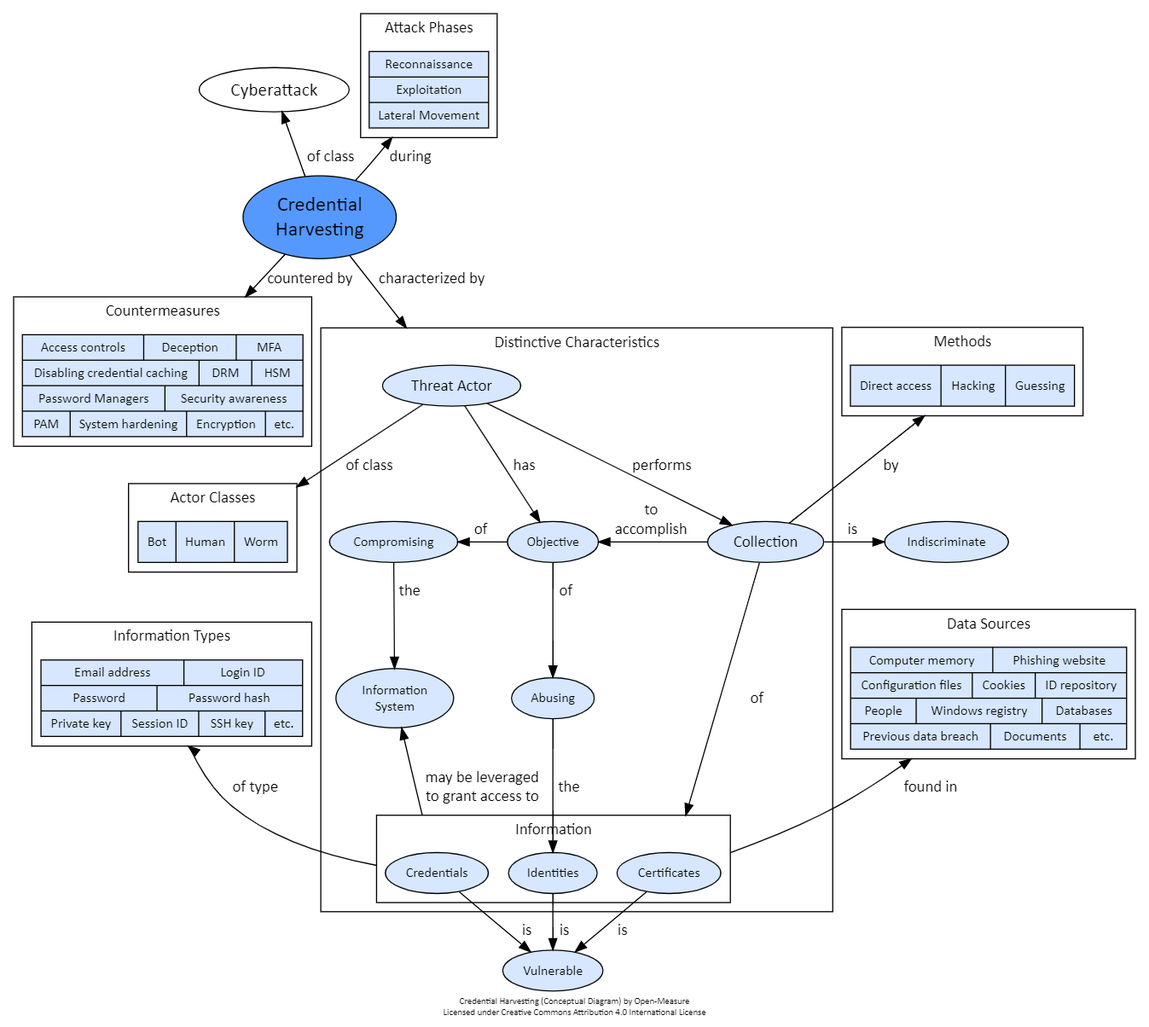
This is Dictionary/credential-harvesting.png from Open-Measure/Graphviz-Models, a Graphviz export, as it was before one commit. Its source is kept beside it as Dictionary/credential-harvesting.gv. The source it was exported from:
```dot
digraph G {
	rankdir="TB";
	ranksep=0.25;
	splines="curve";
	newrank=true;
	packmode="clust";
	compound=true; # If true, allow edges between clusters.
	fontname="Calibri";
	label="Credential Harvesting (Conceptual Diagram) by Open-Measure\nLicensed under Creative Commons Attribution 4.0 International License";
	fontsize=8;
	node[shape="ellipse", fontsize=12, fillcolor="#d6e7ff", style="filled", fontname="Calibri"];
	edge[fontname="Calibri", minlen="1"];

	# Parent Concept
	n_cyberattack_class [fontsize=16, label="Cyberattack", fillcolor="#ffffff"];
	n_cyberattack_class -> n_credential_harvesting [label="  of class  ", dir="back"];

	n_credential_harvesting -> n_countermeasures [lhead="cluster_countermeasures", label="countered by"]
	#n_countermeasures -> n_credential_harvesting [dir="back", ltail="cluster_countermeasures", label="countered by"]
	subgraph cluster_countermeasures {
		label="Countermeasures";
		fontsize="14";
		n_countermeasures [shape="record", label="{{Access controls|Deception|MFA}|{Disabling credential caching|DRM|HSM}|{Password Managers|Security awareness}|{PAM|System hardening|Encryption|etc.}}"];
	};
	subgraph cluster_attack_phases {
		label="Attack Phases";
		fontsize="14";
		n_attack_phases [shape="record", label="{Reconnaissance|Exploitation|Lateral Movement}"];
	};
	n_attack_phases -> n_credential_harvesting[dir="back", ltail="cluster_attack_phases", label="  during  "];



	# Concept
	n_credential_harvesting [label="Credential\nHarvesting", fontsize=18, fillcolor="#5599ff", URL="https://open-measure.atlassian.net/wiki/spaces/DIC/pages/1254719498"];

	# Distinctive Characteristics
	n_credential_harvesting -> n_threat_actor [label="  characterized by  ", lhead="cluster_characteristics"];
	subgraph cluster_characteristics {
		label="Distinctive Characteristics";
		fontsize="14";
		n_threat_actor [label="Threat Actor", fontsize=14];
		n_threat_actor -> n_collection [label="  performs  "];
		n_collection [label="Collection", fontsize=14];
		n_collection -> n_certificates [label="  of  ", lhead="cluster_information"];

		n_threat_actor -> n_objective [label="  has  "];
		n_objective [label="Objective"];
		n_objective -> n_compromise [label="  of  "];
		n_objective -> n_abuse [label="  of  "];
		n_compromise [label="Compromising"];
		n_compromise -> n_information_system [label="  the  "];
		n_abuse [label="Abusing"];
		n_abuse -> n_identities [label="  the  "];

		n_information_system -> n_credentials [lhead="cluster_information", label="  may be leveraged  \n  to grant access to  ", dir="back"];
		n_information_system [label="Information\nSystem"];

		subgraph cluster_information {
			label="Information";
			fontsize="14";
			n_identities [label="Identities"];
			n_credentials [label="Credentials"];
			n_certificates [label="Certificates"];
		};


	};

	n_vulnerable [label="Vulnerable"];
	n_identities -> n_vulnerable [label="  is  "];
	n_credentials -> n_vulnerable [label="  is  "];
	n_certificates -> n_vulnerable [label="  is  "];

	n_threat_actor -> n_actor_classes [lhead="cluster_threat_actor_class", label="  of class  "];
	#n_actor_classes -> n_threat_actor [dir="back", ltail="cluster_threat_actor_class", label="  of class  "];
	subgraph cluster_threat_actor_class {
		label="Actor Classes";
		fontsize="14";
		n_actor_classes [shape="record", label="Bot|Human|Worm"];
	};

	#n_identities -> n_information_types [ltail="cluster_information", lhead="cluster_information_types", label="  of type  "];
	n_information_types -> n_credentials [dir="back", lhead="cluster_information", ltail="cluster_information_types", label="of type          "];
	subgraph cluster_information_types {
		label="Information Types";
		fontsize="14";
		n_information_types [shape="record", label="{{Email address|Login ID}|{Password|Password hash}|{Private key|Session ID|SSH key|etc.}}"];
	};

	n_data_sources -> n_certificates [dir="back", lhead="cluster_information", ltail="cluster_data_sources", label="  found in  "]
	#n_certificates -> n_data_sources [ltail="cluster_information", lhead="cluster_data_sources", label="  found in  "]
	subgraph cluster_data_sources {
		label="Data Sources";
		fontsize="14";
		n_data_sources [shape="record", label="{{Computer memory|Phishing website}|{Configuration files|Cookies|ID repository}|{People|Windows registry|Databases}|{Previous data breach|Documents|etc.}}"];
	};

	n_methods -> n_collection [dir="back", label="    by  ", ltail="cluster_method"];
	subgraph cluster_method {
		label="Methods";
		fontsize="14";
		n_methods [shape="record", label="Direct access|Hacking|Guessing"];
	};

	n_collection -> n_indiscriminate [label="  is  "];
	n_indiscriminate [label="Indiscriminate"];

	n_objective -> n_collection [label="  to  \n  accomplish  ", dir="back"];

	# Invisible Links
	#n_compromise -> n_information_system [style=invis];
	n_methods -> n_indiscriminate [style=invis];
	#n_credentials -> n_identities -> n_certificates [style=invis];
	n_actor_classes -> n_information_types [style=invis];

	# Levels
	{ rank=same; n_credentials; n_identities; n_certificates; }
	{ rank=same; n_objective; n_compromise; n_collection; n_indiscriminate;}
	#{ rank=same; n_attack_phases; n_credential_harvesting; }

	# Snippets
	# n_person [label="Person"]
	# n_knowledge -> n_requirements [style=invis];
	# n_populations [label="{Minor|Adul under Legal Guardianship|Person granting Power of Attorney|etc.}", shape="record"]
	# subgraph cluster_strong {
	#		color=black;
	#		label = "";
	# n_strong_tranquility_property -> n_weak_tranquility_property [minlen=3, labelloc=b, xlabel="  has more  \n  constraints  \n  than  ", ltail=cluster_strong, lhead=cluster_weak];
}
```
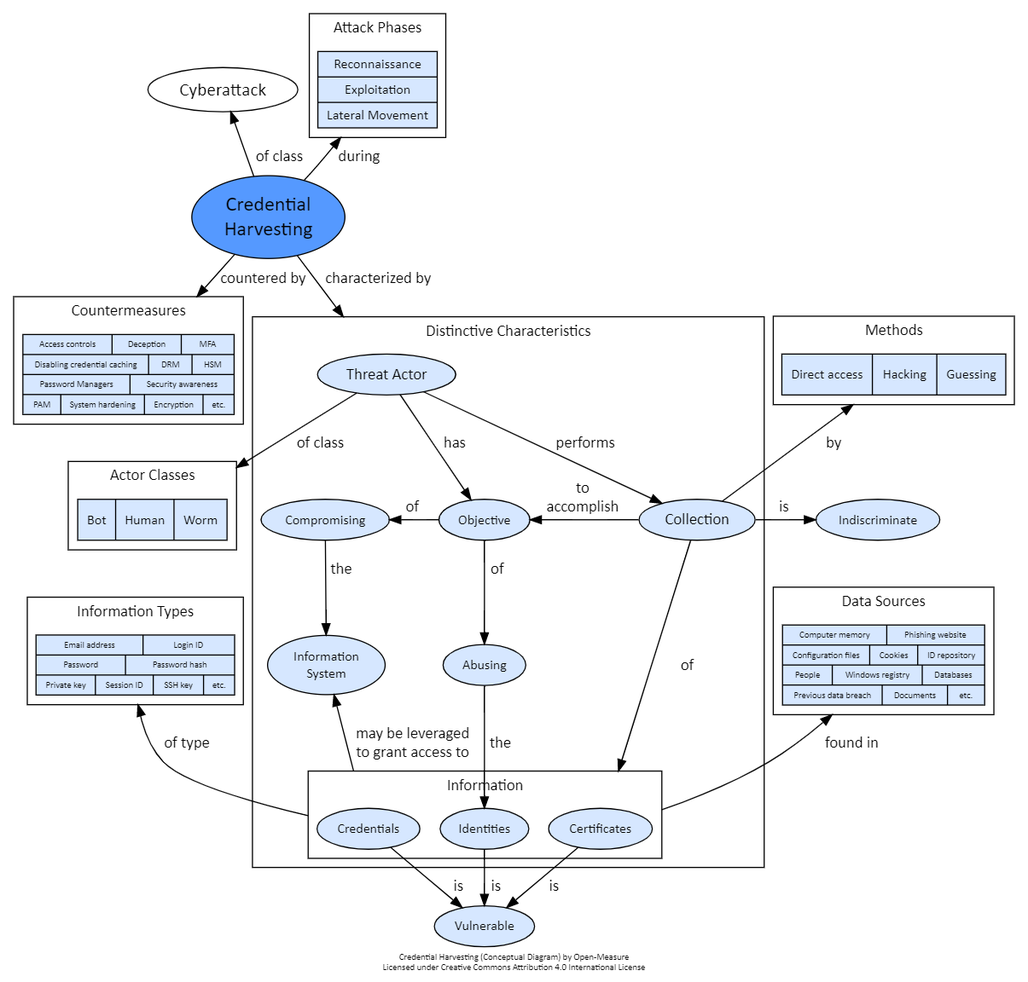
The same diagram one commit later.

Commit message:
credential-harvesting

What changed in the source:
```diff
@@ -20,7 +20,7 @@
 	subgraph cluster_countermeasures {
 		label="Countermeasures";
 		fontsize="14";
-		n_countermeasures [shape="record", label="{{Access controls|Deception|MFA}|{Disabling credential caching|DRM|HSM}|{Password Managers|Security awareness}|{PAM|System hardening|Encryption|etc.}}"];
+		n_countermeasures [fontsize=8, shape="record", label="{{Access controls|Deception|MFA}|{Disabling credential caching|DRM|HSM}|{Password Managers|Security awareness}|{PAM|System hardening|Encryption|etc.}}"];
 	};
 	subgraph cluster_attack_phases {
 		label="Attack Phases";
@@ -85,7 +85,7 @@
 	subgraph cluster_information_types {
 		label="Information Types";
 		fontsize="14";
-		n_information_types [shape="record", label="{{Email address|Login ID}|{Password|Password hash}|{Private key|Session ID|SSH key|etc.}}"];
+		n_information_types [fontsize=8, shape="record", label="{{Email address|Login ID}|{Password|Password hash}|{Private key|Session ID|SSH key|etc.}}"];
 	};
 
 	n_data_sources -> n_certificates [dir="back", lhead="cluster_information", ltail="cluster_data_sources", label="  found in  "]
@@ -93,7 +93,7 @@
 	subgraph cluster_data_sources {
 		label="Data Sources";
 		fontsize="14";
-		n_data_sources [shape="record", label="{{Computer memory|Phishing website}|{Configuration files|Cookies|ID repository}|{People|Windows registry|Databases}|{Previous data breach|Documents|etc.}}"];
+		n_data_sources [fontsize=8, shape="record", label="{{Computer memory|Phishing website}|{Configuration files|Cookies|ID repository}|{People|Windows registry|Databases}|{Previous data breach|Documents|etc.}}"];
 	};
 
 	n_methods -> n_collection [dir="back", label="    by  ", ltail="cluster_method"];
```
